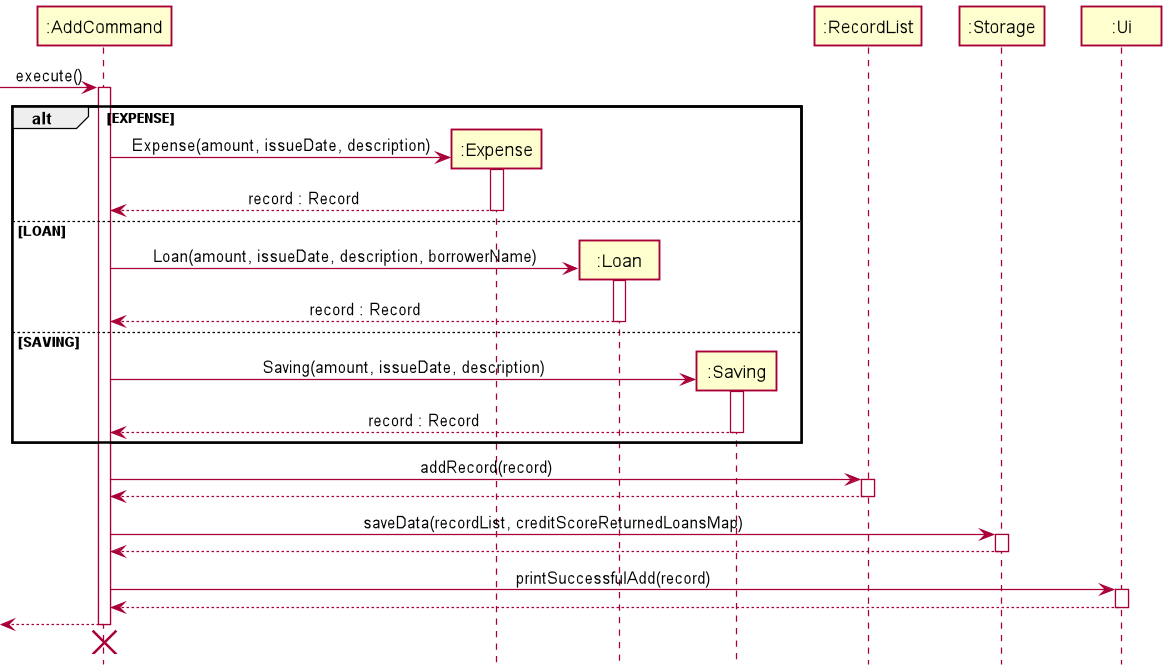
nus-cs2113-AY2021S2/tp keeps this PlantUML diagram as docs/img/AddFeatureSequenceDiagram.png. Above is the earlier version.
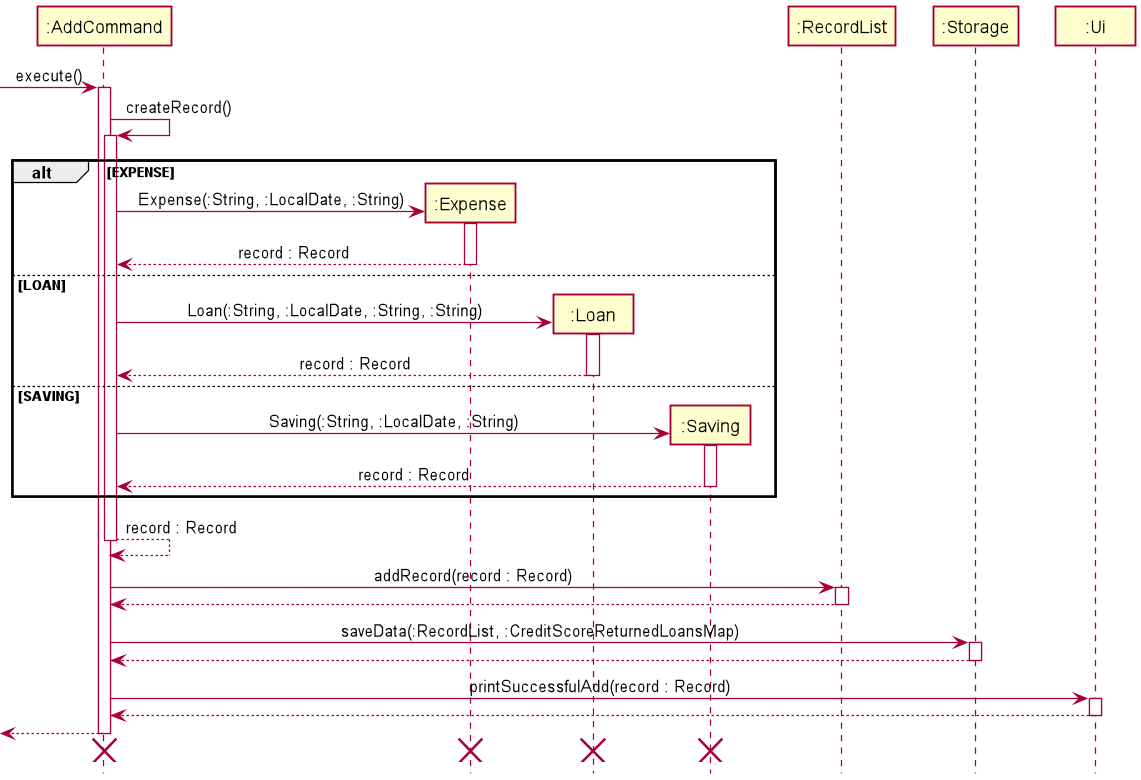
After the change.

Commit message:
Add edits to the sequence diagrams

Change to the diagram source:
```diff
@@ -9,41 +9,44 @@
 Participant ":Storage" as Storage
 Participant ":Ui" as UI
 
-
 [-> AddCommand : execute()
 activate AddCommand
 
+AddCommand -> AddCommand : createRecord()
+activate AddCommand
 alt EXPENSE
     create Expense
-    AddCommand -> Expense : Expense(amount, issueDate, description)
+    AddCommand -> Expense : Expense(:String, :LocalDate, :String)
     activate Expense
     Expense --> AddCommand : record : Record
     deactivate Expense
 else LOAN
     create Loan
-    AddCommand -> Loan : Loan(amount, issueDate, description, borrowerName)
+    AddCommand -> Loan : Loan(:String, :LocalDate, :String, :String)
     activate Loan
     Loan --> AddCommand : record : Record
     deactivate Loan
 else SAVING
     create Saving
-    AddCommand -> Saving : Saving(amount, issueDate, description)
+    AddCommand -> Saving : Saving(:String, :LocalDate, :String)
     activate Saving
     Saving --> AddCommand : record : Record
     deactivate Saving
 end
+AddCommand --> AddCommand : record : Record
+deactivate AddCommand
 
-AddCommand -> RecordList : addRecord(record)
+AddCommand -> RecordList : addRecord(record : Record)
 activate RecordList
 RecordList --> AddCommand
 deactivate RecordList
 
-AddCommand -> Storage : saveData(recordList, creditScoreReturnedLoansMap)
+AddCommand -> Storage : saveData(:RecordList, :CreditScoreReturnedLoansMap)
 activate Storage
 Storage --> AddCommand
 deactivate Storage
 
-AddCommand -> UI : printSuccessfulAdd(record)
+AddCommand -> UI : printSuccessfulAdd(record : Record)
 activate UI
 UI --> AddCommand
 deactivate UI
@@ -52,5 +55,8 @@
 deactivate AddCommand
 [<-[hidden]- AddCommand
 destroy AddCommand
+destroy Expense
+destroy Loan
+destroy Saving
 
 @enduml
```
